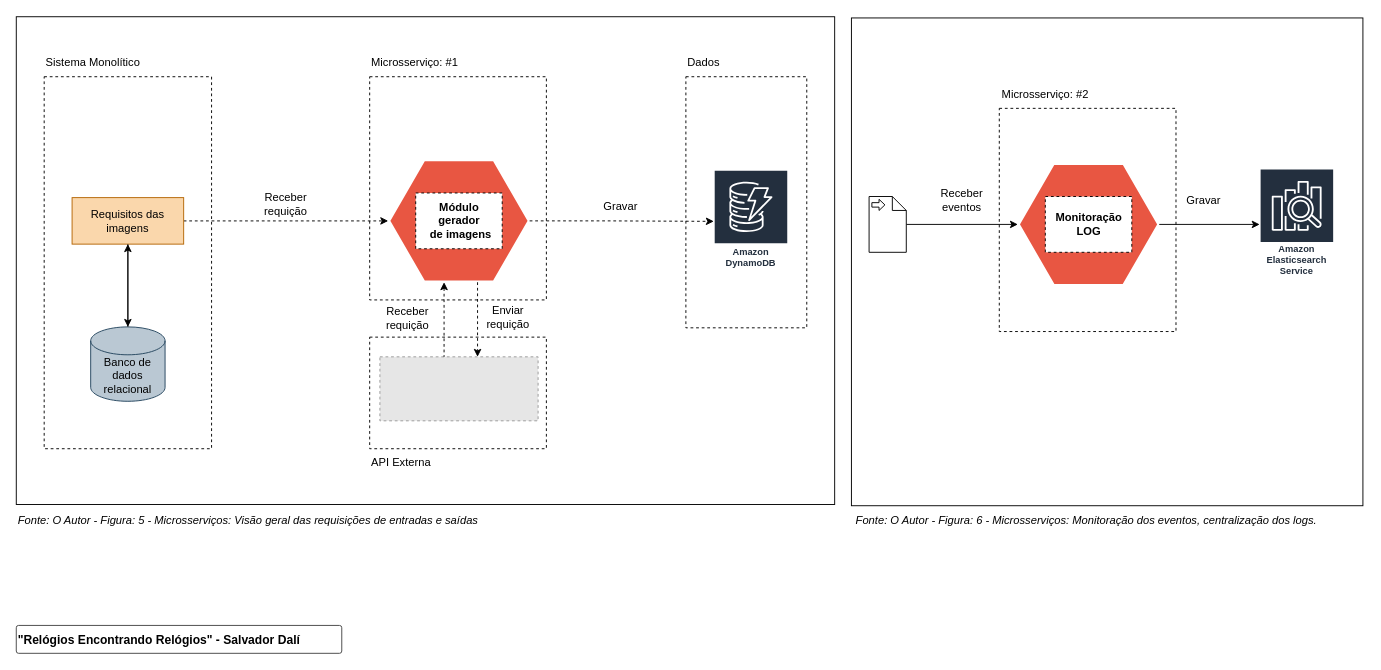
This is page "Cópia do Página-4" (5 of 7) of img/diagramas.drawio from carlosemsantana/Txt2Img, a draw.io file, before an edit. Source tidied: cells renumbered, new cells numbered last; positions are measured from the earlier drawing's top-left corner, leaving out a move shared by most shapes. Both pictures are drawn from the tidied source at 93%, with x=0, y=0 at pixel (16, 17). Pictures stored in the file or linked from it are replaced by grey dashed boxes.
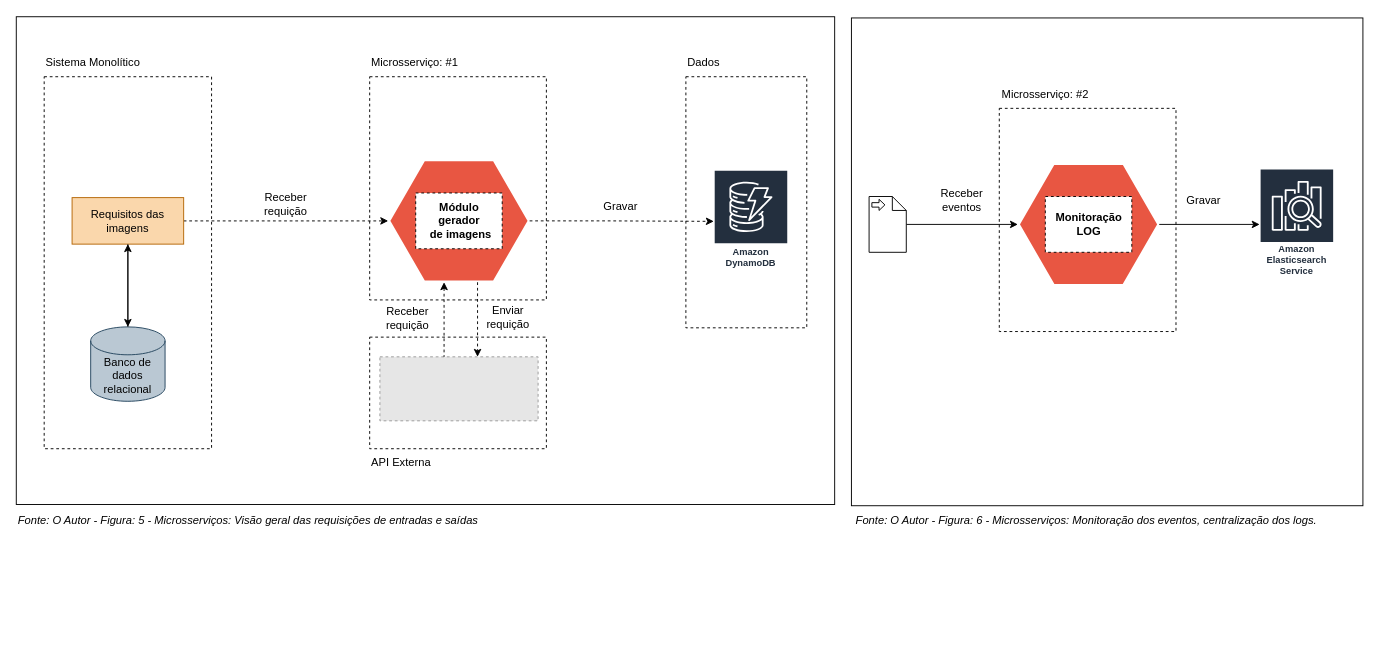
Above is the later version.

What changed in the source:
```diff
@@
-    <mxCell id="18" value="&lt;b&gt;&lt;span style=&quot;font-size: small;&quot;&gt;&quot;Relógios Encontrando Relógios&quot; - Salvador Dalí&lt;/span&gt;&lt;/b&gt;" style="strokeWidth=1;html=1;shadow=0;dashed=0;shape=mxgraph.ios.iTextInput;strokeColor=#444444;buttonText=;fontSize=8;whiteSpace=wrap;align=left;fillColor=default;" parent="1" vertex="1">
-      <mxGeometry y="654" width="350" height="30" as="geometry" />
-    </mxCell>
```
